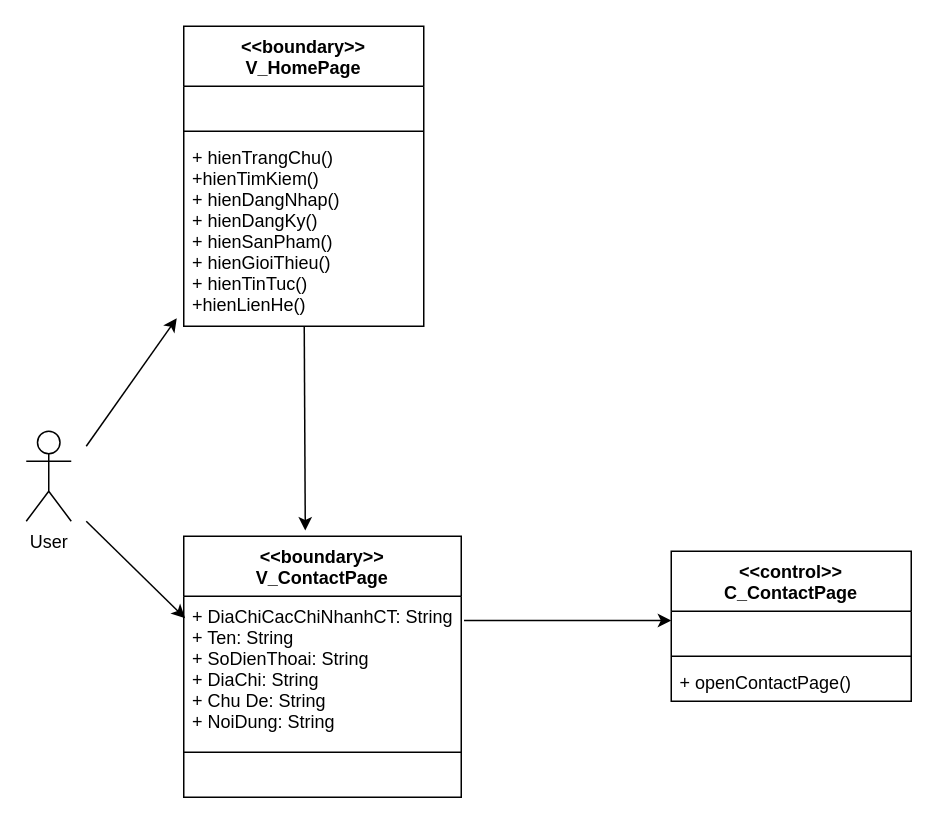
Earlier version of the draw.io diagram Lop_tham_gia_Usecase/Duy's ClassUC/Untitled Diagram.drawio (hoangminh15/PTTKHT). Source tidied: cells renumbered, new cells numbered last; positions are measured from the earlier drawing's top-left corner, leaving out a move shared by most shapes. Both pictures are drawn from the tidied source at 150%, with x=0, y=0 at pixel (26, 26).
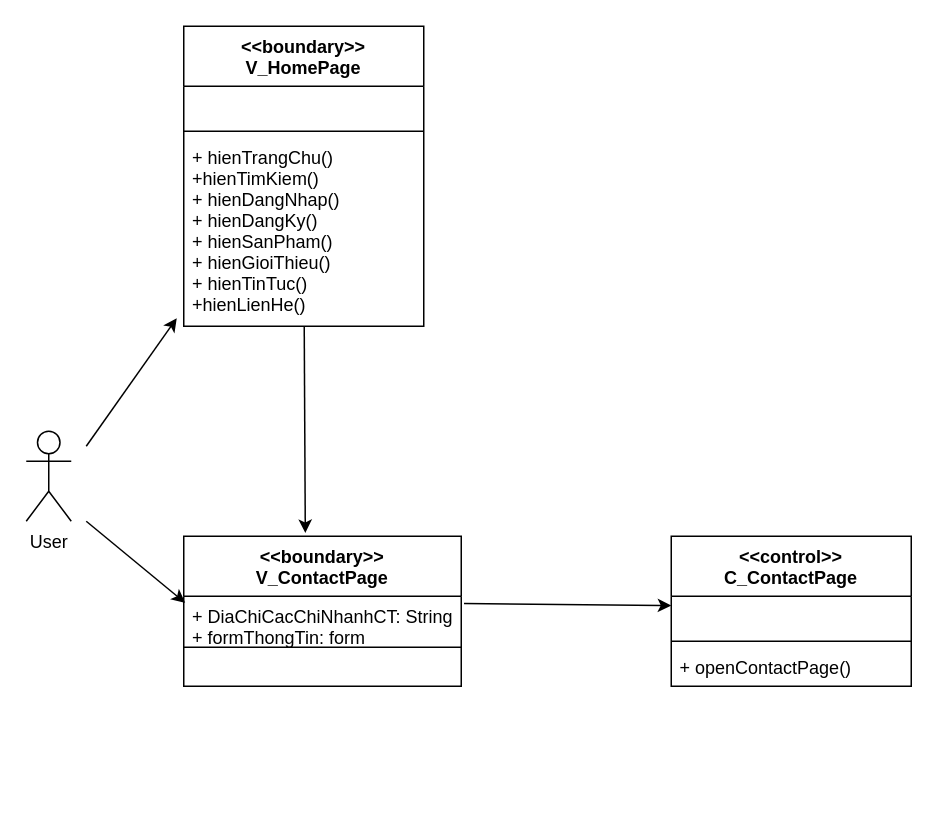
After the change.

Change to the diagram source:
```diff
@@
     <mxCell id="3" value="&lt;&lt;boundary&gt;&gt;&#10;V_ContactPage" style="swimlane;fontStyle=1;align=center;verticalAlign=top;horizontal=1;startSize=40;" parent="1" vertex="1">
-      <mxGeometry x="105" y="340" width="185" height="174" as="geometry" />
+      <mxGeometry x="105" y="340" width="185" height="100" as="geometry" />
     </mxCell>
-    <mxCell id="4" value="+ DiaChiCacChiNhanhCT: String&#10;+ Ten: String&#10;+ SoDienThoai: String&#10;+ DiaChi: String&#10;+ Chu De: String&#10;+ NoiDung: String" style="text;strokeColor=none;fillColor=none;align=left;verticalAlign=top;spacingLeft=4;spacingRight=4;overflow=hidden;points=[[0,0.5],[1,0.5]];portConstraint=eastwest;" parent="3" vertex="1">
-      <mxGeometry y="40" width="185" height="100" as="geometry" />
+    <mxCell id="4" value="+ DiaChiCacChiNhanhCT: String&#10;+ formThongTin: form" style="text;strokeColor=none;fillColor=none;align=left;verticalAlign=top;spacingLeft=4;spacingRight=4;overflow=hidden;points=[[0,0.5],[1,0.5]];portConstraint=eastwest;" parent="3" vertex="1">
+      <mxGeometry y="40" width="185" height="30" as="geometry" />
     </mxCell>
     <mxCell id="5" style="line;strokeWidth=1;fillColor=none;align=left;verticalAlign=middle;spacingTop=-1;spacingLeft=3;spacingRight=3;labelPosition=right;" parent="3" vertex="1">
-      <mxGeometry y="140" width="185" height="8" as="geometry" />
+      <mxGeometry y="70" width="185" height="8" as="geometry" />
     </mxCell>
     <mxCell id="6" value="  " style="text;strokeColor=none;fillColor=none;align=left;verticalAlign=top;spacingLeft=4;spacingRight=4;overflow=hidden;" parent="3" vertex="1">
-      <mxGeometry y="148" width="185" height="26" as="geometry" />
+      <mxGeometry y="78" width="185" height="22" as="geometry" />
     </mxCell>
     <mxCell id="7" value="&lt;&lt;control&gt;&gt;&#10;C_ContactPage" style="swimlane;fontStyle=1;align=center;verticalAlign=top;horizontal=1;startSize=40;" parent="1" vertex="1">
-      <mxGeometry x="430" y="350" width="160" height="100" as="geometry" />
+      <mxGeometry x="430" y="340" width="160" height="100" as="geometry" />
     </mxCell>
```
